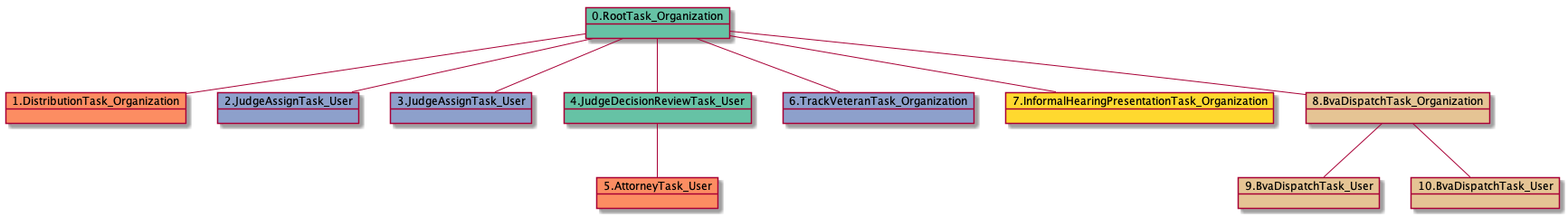
This is docs-DR/uml/RTO.DTO.JATU.JDRTU.ATU.TVTO-3875.png from yoomlam/graphing, a PlantUML export, as it was before one commit. The source it was exported from:
```plantuml
@startuml
object 0.RootTask_Organization #66c2a5
object 1.DistributionTask_Organization #fc8d62
object 2.JudgeAssignTask_User #8da0cb
object 3.JudgeAssignTask_User #8da0cb
object 4.JudgeDecisionReviewTask_User #66c2a5
object 5.AttorneyTask_User #fc8d62
object 6.TrackVeteranTask_Organization #8da0cb
object 7.InformalHearingPresentationTask_Organization #ffd92f
object 8.BvaDispatchTask_Organization #e5c494
object 9.BvaDispatchTask_User #e5c494
object 10.BvaDispatchTask_User #e5c494
0.RootTask_Organization -- 1.DistributionTask_Organization
0.RootTask_Organization -- 2.JudgeAssignTask_User
0.RootTask_Organization -- 3.JudgeAssignTask_User
0.RootTask_Organization -- 4.JudgeDecisionReviewTask_User
4.JudgeDecisionReviewTask_User -- 5.AttorneyTask_User
0.RootTask_Organization -- 6.TrackVeteranTask_Organization
0.RootTask_Organization -- 7.InformalHearingPresentationTask_Organization
0.RootTask_Organization -- 8.BvaDispatchTask_Organization
8.BvaDispatchTask_Organization -- 9.BvaDispatchTask_User
8.BvaDispatchTask_Organization -- 10.BvaDispatchTask_User
@enduml
```
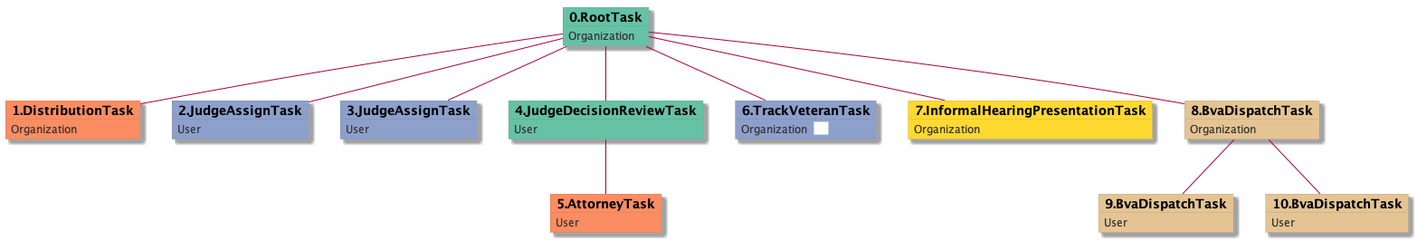
Later version of the same file.

Diff of the diagram source:
```diff
@@ -1,23 +1,53 @@
 @startuml
-object 0.RootTask_Organization #66c2a5
-object 1.DistributionTask_Organization #fc8d62
-object 2.JudgeAssignTask_User #8da0cb
-object 3.JudgeAssignTask_User #8da0cb
-object 4.JudgeDecisionReviewTask_User #66c2a5
-object 5.AttorneyTask_User #fc8d62
-object 6.TrackVeteranTask_Organization #8da0cb
-object 7.InformalHearingPresentationTask_Organization #ffd92f
-object 8.BvaDispatchTask_Organization #e5c494
-object 9.BvaDispatchTask_User #e5c494
-object 10.BvaDispatchTask_User #e5c494
-0.RootTask_Organization -- 1.DistributionTask_Organization
-0.RootTask_Organization -- 2.JudgeAssignTask_User
-0.RootTask_Organization -- 3.JudgeAssignTask_User
-0.RootTask_Organization -- 4.JudgeDecisionReviewTask_User
-4.JudgeDecisionReviewTask_User -- 5.AttorneyTask_User
-0.RootTask_Organization -- 6.TrackVeteranTask_Organization
-0.RootTask_Organization -- 7.InformalHearingPresentationTask_Organization
-0.RootTask_Organization -- 8.BvaDispatchTask_Organization
-8.BvaDispatchTask_Organization -- 9.BvaDispatchTask_User
-8.BvaDispatchTask_Organization -- 10.BvaDispatchTask_User
+skinparam {
+  ObjectBorderColor #555
+  ObjectBorderThickness 0
+  ObjectFontStyle bold
+  ObjectFontSize 14
+  ObjectAttributeFontColor #333
+  ObjectAttributeFontSize 12
+}
+  object 0.RootTask #66c2a5 {
+Organization
+}
+  object 1.DistributionTask #fc8d62 {
+Organization
+}
+  object 2.JudgeAssignTask #8da0cb {
+User
+}
+  object 3.JudgeAssignTask #8da0cb {
+User
+}
+  object 4.JudgeDecisionReviewTask #66c2a5 {
+User
+}
+  object 5.AttorneyTask #fc8d62 {
+User
+}
+  object 6.TrackVeteranTask #8da0cb {
+Organization  <back:white>    </back>
+}
+  object 7.InformalHearingPresentationTask #ffd92f {
+Organization
+}
+  object 8.BvaDispatchTask #e5c494 {
+Organization
+}
+  object 9.BvaDispatchTask #e5c494 {
+User
+}
+  object 10.BvaDispatchTask #e5c494 {
+User
+}
+0.RootTask -- 1.DistributionTask
+0.RootTask -- 2.JudgeAssignTask
+0.RootTask -- 3.JudgeAssignTask
+0.RootTask -- 4.JudgeDecisionReviewTask
+4.JudgeDecisionReviewTask -- 5.AttorneyTask
+0.RootTask -- 6.TrackVeteranTask
+0.RootTask -- 7.InformalHearingPresentationTask
+0.RootTask -- 8.BvaDispatchTask
+8.BvaDispatchTask -- 9.BvaDispatchTask
+8.BvaDispatchTask -- 10.BvaDispatchTask
 @enduml
```
